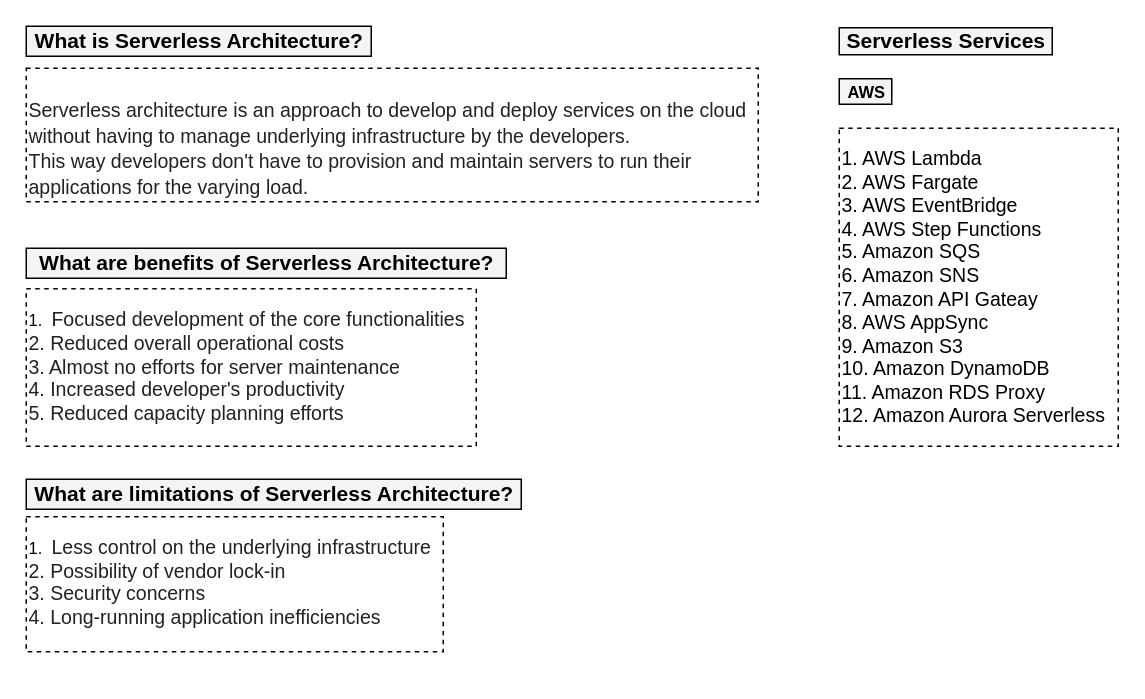
The draw.io diagram page "Serverless Architecture" (2 of 4) of documentation/sfl_serverless_architecture.drawio in pramodnagare/SFL, before the edit. Source tidied: cells renumbered, new cells numbered last; positions are measured from the earlier drawing's top-left corner, leaving out a move shared by most shapes. Both pictures are drawn from the tidied source at 150%, with x=0, y=0 at pixel (26, 26).
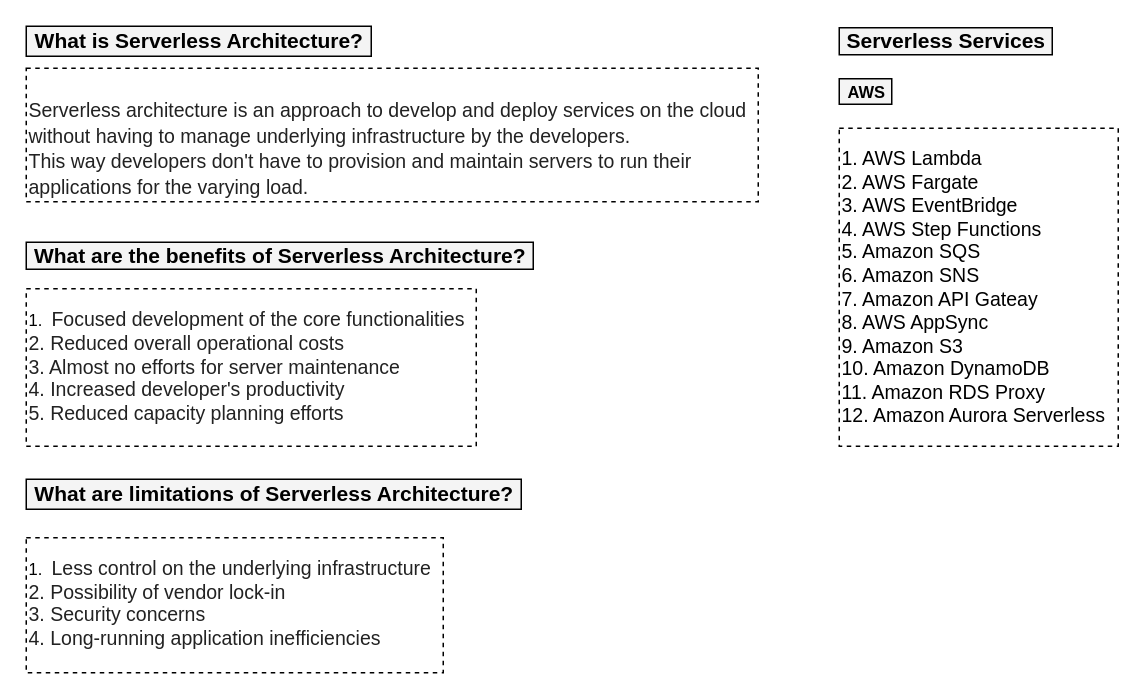
After the change.

Change to the diagram source:
```diff
@@
 <mxGraphModel>
   <root>
     <mxCell id="0" />
     <mxCell id="1" parent="0" />
     <mxCell id="2" value="&lt;b&gt;&lt;font style=&quot;font-size: 14px&quot;&gt;What is Serverless Architecture?&lt;/font&gt;&lt;/b&gt;" style="text;html=1;align=center;verticalAlign=middle;strokeColor=default;fillColor=#F4F4F4;fontSize=11;" parent="1" vertex="1">
       <mxGeometry width="230" height="20" as="geometry" />
     </mxCell>
-    <mxCell id="3" value="&lt;font&gt;&lt;span style=&quot;font-size: 14px&quot;&gt;&lt;b&gt;What are benefits&amp;nbsp;of Serverless Architecture?&lt;/b&gt;&lt;/span&gt;&lt;/font&gt;" style="text;html=1;align=center;verticalAlign=middle;strokeColor=default;fillColor=#F4F4F4;fontSize=11;" parent="1" vertex="1">
-      <mxGeometry y="148" width="320" height="20" as="geometry" />
+    <mxCell id="3" value="&lt;font&gt;&lt;span style=&quot;font-size: 14px&quot;&gt;&lt;b&gt;What are the benefits&amp;nbsp;of Serverless Architecture?&lt;/b&gt;&lt;/span&gt;&lt;/font&gt;" style="text;html=1;align=center;verticalAlign=middle;strokeColor=default;fillColor=#F4F4F4;fontSize=11;" parent="1" vertex="1">
+      <mxGeometry y="144" width="338" height="18" as="geometry" />
     </mxCell>
     <mxCell id="4" value="&lt;font&gt;&lt;span style=&quot;font-size: 14px&quot;&gt;&lt;b&gt;What are limitations of Serverless Architecture?&lt;/b&gt;&lt;/span&gt;&lt;/font&gt;" style="text;html=1;align=center;verticalAlign=middle;strokeColor=default;fillColor=#F4F4F4;fontSize=11;" parent="1" vertex="1">
       <mxGeometry y="302" width="330" height="20" as="geometry" />
     </mxCell>
     <mxCell id="5" value="&lt;span style=&quot;color: rgb(34 , 34 , 34) ; font-family: &amp;#34;arial&amp;#34; , &amp;#34;helvetica&amp;#34; , sans-serif ; font-size: small ; background-color: rgb(255 , 255 , 255)&quot;&gt;&lt;br&gt;Serverless architecture is an approach to develop and deploy services on the cloud &lt;br&gt;without having to manage underlying infrastructure by the developers. &lt;br&gt;This way developers don't have to provision and maintain servers to run their &lt;br&gt;applications for the varying load.&lt;br&gt;&lt;/span&gt;" style="text;html=1;align=left;verticalAlign=middle;strokeColor=default;fillColor=none;fontSize=14;dashed=1;" parent="1" vertex="1">
       <mxGeometry y="28" width="488" height="89" as="geometry" />
     </mxCell>
     <mxCell id="6" value="&lt;br&gt;1.&amp;nbsp;&amp;nbsp;&lt;span style=&quot;color: rgb(34 , 34 , 34) ; font-family: &amp;#34;arial&amp;#34; , &amp;#34;helvetica&amp;#34; , sans-serif ; font-size: small ; background-color: rgb(255 , 255 , 255)&quot;&gt;Focused development of the core functionalities&lt;/span&gt;&lt;br style=&quot;color: rgb(34 , 34 , 34) ; font-family: &amp;#34;arial&amp;#34; , &amp;#34;helvetica&amp;#34; , sans-serif ; font-size: small&quot;&gt;&lt;span style=&quot;color: rgb(34 , 34 , 34) ; font-family: &amp;#34;arial&amp;#34; , &amp;#34;helvetica&amp;#34; , sans-serif ; font-size: small ; background-color: rgb(255 , 255 , 255)&quot;&gt;2. Reduced overall operational costs&lt;/span&gt;&lt;br style=&quot;color: rgb(34 , 34 , 34) ; font-family: &amp;#34;arial&amp;#34; , &amp;#34;helvetica&amp;#34; , sans-serif ; font-size: small&quot;&gt;&lt;span style=&quot;color: rgb(34 , 34 , 34) ; font-family: &amp;#34;arial&amp;#34; , &amp;#34;helvetica&amp;#34; , sans-serif ; font-size: small ; background-color: rgb(255 , 255 , 255)&quot;&gt;3. Almost no efforts for server maintenance&lt;/span&gt;&lt;br style=&quot;color: rgb(34 , 34 , 34) ; font-family: &amp;#34;arial&amp;#34; , &amp;#34;helvetica&amp;#34; , sans-serif ; font-size: small&quot;&gt;&lt;span style=&quot;color: rgb(34 , 34 , 34) ; font-family: &amp;#34;arial&amp;#34; , &amp;#34;helvetica&amp;#34; , sans-serif ; font-size: small ; background-color: rgb(255 , 255 , 255)&quot;&gt;4. Increased developer's productivity&lt;/span&gt;&lt;br style=&quot;color: rgb(34 , 34 , 34) ; font-family: &amp;#34;arial&amp;#34; , &amp;#34;helvetica&amp;#34; , sans-serif ; font-size: small&quot;&gt;&lt;span style=&quot;color: rgb(34 , 34 , 34) ; font-family: &amp;#34;arial&amp;#34; , &amp;#34;helvetica&amp;#34; , sans-serif ; font-size: small ; background-color: rgb(255 , 255 , 255)&quot;&gt;5. Reduced capacity planning efforts&lt;br&gt;&lt;br&gt;&lt;/span&gt;" style="text;html=1;align=left;verticalAlign=middle;strokeColor=default;fillColor=none;fontSize=11;dashed=1;" parent="1" vertex="1">
       <mxGeometry y="175" width="300" height="105" as="geometry" />
     </mxCell>
     <mxCell id="7" value="&lt;br&gt;1.&amp;nbsp;&amp;nbsp;&lt;span style=&quot;color: rgb(34 , 34 , 34) ; font-family: &amp;#34;arial&amp;#34; , &amp;#34;helvetica&amp;#34; , sans-serif ; font-size: small ; background-color: rgb(255 , 255 , 255)&quot;&gt;Less control on the underlying infrastructure&lt;/span&gt;&lt;br style=&quot;color: rgb(34 , 34 , 34) ; font-family: &amp;#34;arial&amp;#34; , &amp;#34;helvetica&amp;#34; , sans-serif ; font-size: small&quot;&gt;&lt;span style=&quot;color: rgb(34 , 34 , 34) ; font-family: &amp;#34;arial&amp;#34; , &amp;#34;helvetica&amp;#34; , sans-serif ; font-size: small ; background-color: rgb(255 , 255 , 255)&quot;&gt;2.&amp;nbsp;&lt;/span&gt;&lt;span style=&quot;color: rgb(34 , 34 , 34) ; font-family: &amp;#34;arial&amp;#34; , &amp;#34;helvetica&amp;#34; , sans-serif ; font-size: small ; background-color: rgb(255 , 255 , 255)&quot;&gt;Possibility of vendor lock-in&lt;/span&gt;&lt;br style=&quot;color: rgb(34 , 34 , 34) ; font-family: &amp;#34;arial&amp;#34; , &amp;#34;helvetica&amp;#34; , sans-serif ; font-size: small&quot;&gt;&lt;span style=&quot;color: rgb(34 , 34 , 34) ; font-family: &amp;#34;arial&amp;#34; , &amp;#34;helvetica&amp;#34; , sans-serif ; font-size: small ; background-color: rgb(255 , 255 , 255)&quot;&gt;3.&amp;nbsp;&lt;/span&gt;&lt;span style=&quot;color: rgb(34 , 34 , 34) ; font-family: &amp;#34;arial&amp;#34; , &amp;#34;helvetica&amp;#34; , sans-serif ; font-size: small ; background-color: rgb(255 , 255 , 255)&quot;&gt;Security concerns&lt;/span&gt;&lt;br style=&quot;color: rgb(34 , 34 , 34) ; font-family: &amp;#34;arial&amp;#34; , &amp;#34;helvetica&amp;#34; , sans-serif ; font-size: small&quot;&gt;&lt;span style=&quot;color: rgb(34 , 34 , 34) ; font-family: &amp;#34;arial&amp;#34; , &amp;#34;helvetica&amp;#34; , sans-serif ; font-size: small ; background-color: rgb(255 , 255 , 255)&quot;&gt;4.&amp;nbsp;&lt;/span&gt;&lt;span style=&quot;color: rgb(34 , 34 , 34) ; font-family: &amp;#34;arial&amp;#34; , &amp;#34;helvetica&amp;#34; , sans-serif ; font-size: small ; background-color: rgb(255 , 255 , 255)&quot;&gt;Long-running application inefficiencies&lt;br&gt;&lt;br&gt;&lt;/span&gt;" style="text;html=1;align=left;verticalAlign=middle;strokeColor=default;fillColor=none;fontSize=11;dashed=1;" parent="1" vertex="1">
-      <mxGeometry y="327" width="278" height="90" as="geometry" />
+      <mxGeometry y="341" width="278" height="90" as="geometry" />
     </mxCell>
     <mxCell id="8" value="&lt;b&gt;&lt;font style=&quot;font-size: 14px&quot;&gt;Serverless Services&lt;/font&gt;&lt;/b&gt;" style="text;html=1;align=center;verticalAlign=middle;strokeColor=default;fillColor=#F4F4F4;fontSize=11;" parent="1" vertex="1">
       <mxGeometry x="542" y="1" width="142" height="18" as="geometry" />
     </mxCell>
     <mxCell id="9" value="&lt;b&gt;AWS&lt;/b&gt;" style="text;html=1;align=center;verticalAlign=middle;strokeColor=default;fillColor=#F4F4F4;fontSize=11;" parent="1" vertex="1">
       <mxGeometry x="542" y="35" width="35" height="17" as="geometry" />
     </mxCell>
     <mxCell id="10" value="&lt;div style=&quot;font-size: 13px&quot;&gt;&lt;font style=&quot;font-size: 13px&quot;&gt;&lt;br&gt;&lt;/font&gt;&lt;/div&gt;&lt;div style=&quot;font-size: 13px&quot;&gt;&lt;font style=&quot;font-size: 13px&quot;&gt;&lt;br&gt;&lt;/font&gt;&lt;/div&gt;&lt;div style=&quot;font-size: 13px&quot;&gt;&lt;font style=&quot;font-size: 13px&quot;&gt;1. AWS Lambda&lt;/font&gt;&lt;/div&gt;&lt;div style=&quot;font-size: 13px&quot;&gt;&lt;font style=&quot;font-size: 13px&quot;&gt;2. AWS Fargate&lt;/font&gt;&lt;/div&gt;&lt;div style=&quot;font-size: 13px&quot;&gt;&lt;font style=&quot;font-size: 13px&quot;&gt;3. AWS EventBridge&lt;/font&gt;&lt;/div&gt;&lt;div style=&quot;font-size: 13px&quot;&gt;&lt;font style=&quot;font-size: 13px&quot;&gt;4. AWS Step Functions&lt;/font&gt;&lt;/div&gt;&lt;div style=&quot;font-size: 13px&quot;&gt;&lt;font style=&quot;font-size: 13px&quot;&gt;5. Amazon SQS&lt;/font&gt;&lt;/div&gt;&lt;div style=&quot;font-size: 13px&quot;&gt;&lt;font style=&quot;font-size: 13px&quot;&gt;6. Amazon SNS&lt;/font&gt;&lt;/div&gt;&lt;div style=&quot;font-size: 13px&quot;&gt;&lt;font style=&quot;font-size: 13px&quot;&gt;7. Amazon API Gateay&lt;/font&gt;&lt;/div&gt;&lt;div style=&quot;font-size: 13px&quot;&gt;&lt;font style=&quot;font-size: 13px&quot;&gt;8. AWS AppSync&lt;/font&gt;&lt;/div&gt;&lt;div style=&quot;font-size: 13px&quot;&gt;&lt;font style=&quot;font-size: 13px&quot;&gt;9. Amazon S3&lt;/font&gt;&lt;/div&gt;&lt;div style=&quot;font-size: 13px&quot;&gt;&lt;font style=&quot;font-size: 13px&quot;&gt;10. Amazon DynamoDB&lt;/font&gt;&lt;/div&gt;&lt;div style=&quot;font-size: 13px&quot;&gt;&lt;font style=&quot;font-size: 13px&quot;&gt;11. Amazon RDS Proxy&lt;/font&gt;&lt;/div&gt;&lt;div style=&quot;font-size: 13px&quot;&gt;&lt;font style=&quot;font-size: 13px&quot;&gt;12. Amazon Aurora Serverless&lt;/font&gt;&lt;/div&gt;&lt;div style=&quot;font-size: 13px&quot;&gt;&lt;font style=&quot;font-size: 13px&quot;&gt;&lt;br&gt;&lt;/font&gt;&lt;/div&gt;&lt;div style=&quot;font-size: 13px&quot;&gt;&lt;br&gt;&lt;/div&gt;" style="text;html=1;align=left;verticalAlign=middle;strokeColor=default;fillColor=none;fontSize=11;strokeWidth=1;dashed=1;" parent="1" vertex="1">
       <mxGeometry x="542" y="68" width="186" height="212" as="geometry" />
     </mxCell>
   </root>
 </mxGraphModel>
```
